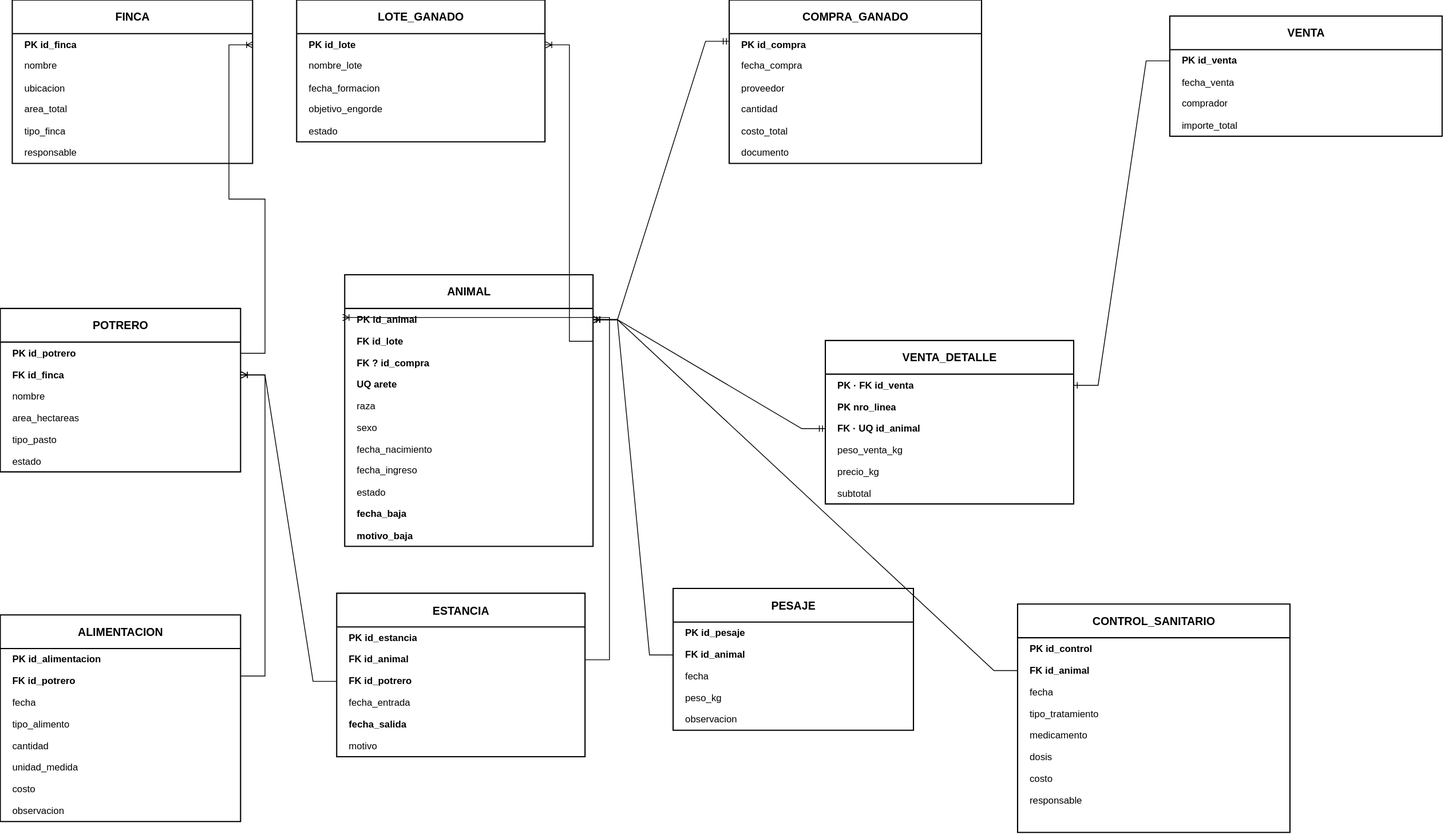
cesarlojan01/BDD keeps this draw.io diagram as Proyecto/modelo_r.svg. Above is the earlier version. Source tidied: cells renumbered, new cells last; positions are measured from the earlier drawing's top-left corner, leaving out a move shared by most shapes.
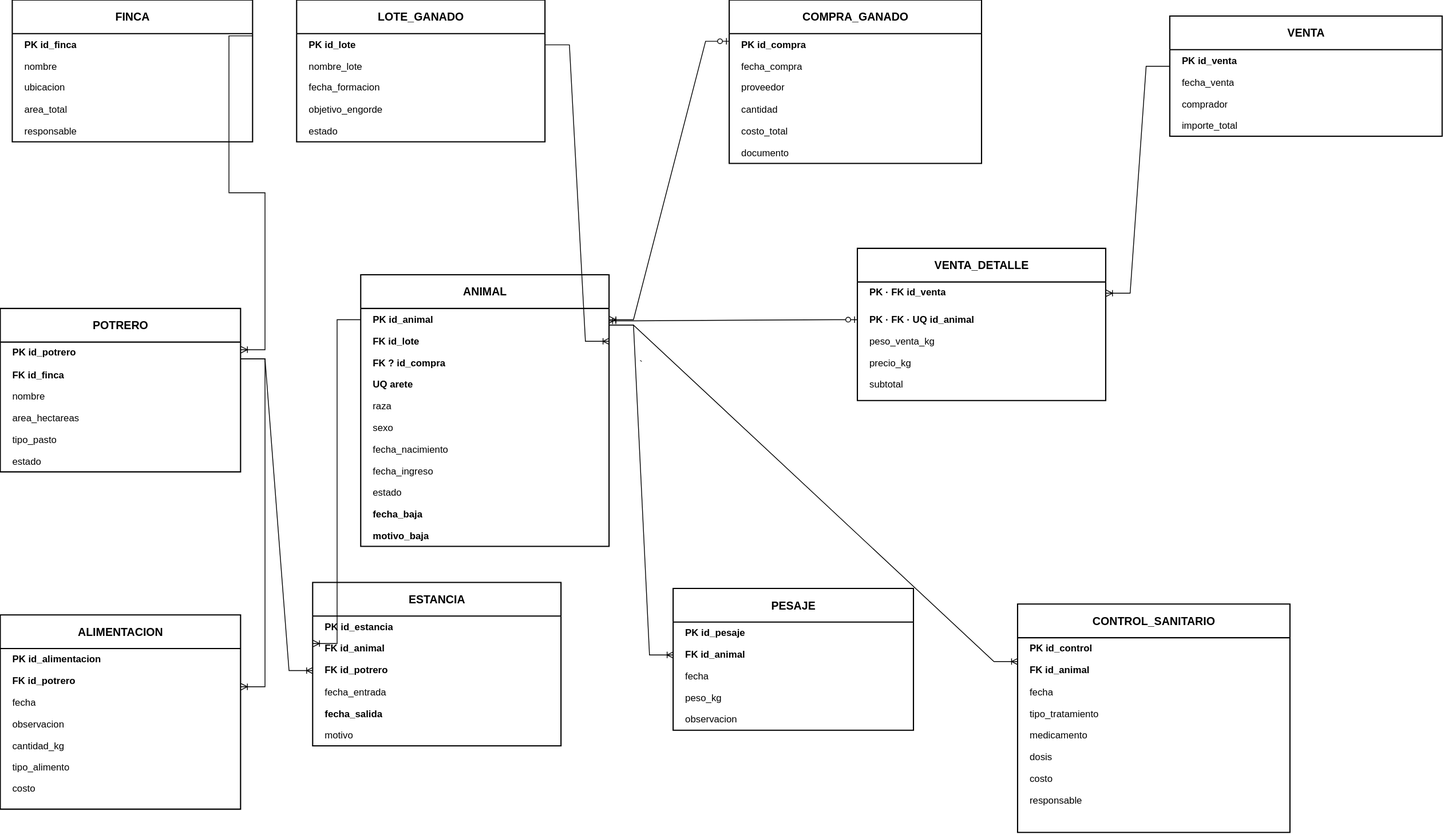
Later version of the same file.

What changed in the source:
```diff
@@ -3,7 +3,7 @@
     <mxCell id="0" />
     <mxCell id="1" parent="0" />
     <mxCell id="2" value="FINCA" style="swimlane;html=1;whiteSpace=wrap;horizontal=1;startSize=42;rounded=0;align=center;verticalAlign=middle;fontFamily=Helvetica;fontStyle=1;fontSize=14;swimlaneFillColor=#FFFFFF;strokeWidth=1.5;shadow=0;textShadow=0;" parent="1" vertex="1">
-      <mxGeometry x="15" width="300" height="204" as="geometry" />
+      <mxGeometry x="15" width="300" height="177" as="geometry" />
     </mxCell>
     <mxCell id="3" value="PK  id_finca" style="text;html=1;whiteSpace=wrap;overflow=hidden;align=left;verticalAlign=middle;spacingLeft=13;fontFamily=Helvetica;fontSize=12;fontStyle=1;strokeWidth=0.5;textShadow=0;" parent="2" vertex="1">
       <mxGeometry y="42" width="300" height="27" as="geometry" />
@@ -17,11 +17,8 @@
     <mxCell id="6" value="         area_total" style="text;html=1;whiteSpace=wrap;overflow=hidden;align=left;verticalAlign=middle;spacingLeft=13;fontFamily=Helvetica;fontSize=12;fontStyle=0;strokeWidth=0.5;textShadow=0;" parent="2" vertex="1">
       <mxGeometry y="123" width="300" height="27" as="geometry" />
     </mxCell>
-    <mxCell id="7" value="         tipo_finca" style="text;html=1;whiteSpace=wrap;overflow=hidden;align=left;verticalAlign=middle;spacingLeft=13;fontFamily=Helvetica;fontSize=12;fontStyle=0;strokeWidth=0.5;textShadow=0;" parent="2" vertex="1">
-      <mxGeometry y="150" width="300" height="27" as="geometry" />
-    </mxCell>
     <mxCell id="8" value="         responsable" style="text;html=1;whiteSpace=wrap;overflow=hidden;align=left;verticalAlign=middle;spacingLeft=13;fontFamily=Helvetica;fontSize=12;fontStyle=0;strokeWidth=0.5;textShadow=0;" parent="2" vertex="1">
-      <mxGeometry y="177" width="300" height="27" as="geometry" />
+      <mxGeometry y="150" width="300" height="27" as="geometry" />
     </mxCell>
     <mxCell id="9" value="POTRERO" style="swimlane;html=1;whiteSpace=wrap;horizontal=1;startSize=42;rounded=0;align=center;verticalAlign=middle;fontFamily=Helvetica;fontStyle=1;fontSize=14;swimlaneFillColor=#FFFFFF;strokeWidth=1.5;shadow=0;textShadow=0;" parent="1" vertex="1">
       <mxGeometry y="385" width="300" height="204" as="geometry" />
@@ -45,7 +42,7 @@
       <mxGeometry y="177" width="300" height="27" as="geometry" />
     </mxCell>
     <mxCell id="16" value="ALIMENTACION" style="swimlane;html=1;whiteSpace=wrap;horizontal=1;startSize=42;rounded=0;align=center;verticalAlign=middle;fontFamily=Helvetica;fontStyle=1;fontSize=14;swimlaneFillColor=#FFFFFF;strokeWidth=1.5;shadow=0;textShadow=0;" parent="1" vertex="1">
-      <mxGeometry y="767.5" width="300" height="258" as="geometry" />
+      <mxGeometry y="767.5" width="300" height="242.5" as="geometry" />
     </mxCell>
     <mxCell id="17" value="PK  id_alimentacion" style="text;html=1;whiteSpace=wrap;overflow=hidden;align=left;verticalAlign=middle;spacingLeft=13;fontFamily=Helvetica;fontSize=12;fontStyle=1;strokeWidth=0.5;textShadow=0;" parent="16" vertex="1">
       <mxGeometry y="42" width="300" height="27" as="geometry" />
@@ -56,21 +53,18 @@
     <mxCell id="19" value="         fecha" style="text;html=1;whiteSpace=wrap;overflow=hidden;align=left;verticalAlign=middle;spacingLeft=13;fontFamily=Helvetica;fontSize=12;fontStyle=0;strokeWidth=0.5;textShadow=0;" parent="16" vertex="1">
       <mxGeometry y="96" width="300" height="27" as="geometry" />
     </mxCell>
+    <mxCell id="21" value="         cantidad_kg" style="text;html=1;whiteSpace=wrap;overflow=hidden;align=left;verticalAlign=middle;spacingLeft=13;fontFamily=Helvetica;fontSize=12;fontStyle=0;strokeWidth=0.5;textShadow=0;" parent="16" vertex="1">
+      <mxGeometry y="150" width="300" height="27" as="geometry" />
+    </mxCell>
+    <mxCell id="24" value="         observacion" style="text;html=1;whiteSpace=wrap;overflow=hidden;align=left;verticalAlign=middle;spacingLeft=13;fontFamily=Helvetica;fontSize=12;fontStyle=0;strokeWidth=0.5;textShadow=0;" parent="16" vertex="1">
+      <mxGeometry y="123" width="300" height="27" as="geometry" />
+    </mxCell>
     <mxCell id="20" value="         tipo_alimento" style="text;html=1;whiteSpace=wrap;overflow=hidden;align=left;verticalAlign=middle;spacingLeft=13;fontFamily=Helvetica;fontSize=12;fontStyle=0;strokeWidth=0.5;textShadow=0;" parent="16" vertex="1">
-      <mxGeometry y="123" width="300" height="27" as="geometry" />
+      <mxGeometry y="177" width="300" height="27" as="geometry" />
     </mxCell>
-    <mxCell id="21" value="         cantidad" style="text;html=1;whiteSpace=wrap;overflow=hidden;align=left;verticalAlign=middle;spacingLeft=13;fontFamily=Helvetica;fontSize=12;fontStyle=0;strokeWidth=0.5;textShadow=0;" parent="16" vertex="1">
-      <mxGeometry y="150" width="300" height="27" as="geometry" />
-    </mxCell>
-    <mxCell id="22" value="         unidad_medida" style="text;html=1;whiteSpace=wrap;overflow=hidden;align=left;verticalAlign=middle;spacingLeft=13;fontFamily=Helvetica;fontSize=12;fontStyle=0;strokeWidth=0.5;textShadow=0;" parent="16" vertex="1">
-      <mxGeometry y="177" width="300" height="27" as="geometry" />
-    </mxCell>
     <mxCell id="23" value="         costo" style="text;html=1;whiteSpace=wrap;overflow=hidden;align=left;verticalAlign=middle;spacingLeft=13;fontFamily=Helvetica;fontSize=12;fontStyle=0;strokeWidth=0.5;textShadow=0;" parent="16" vertex="1">
-      <mxGeometry y="204" width="300" height="27" as="geometry" />
+      <mxGeometry y="202.5" width="300" height="27" as="geometry" />
     </mxCell>
-    <mxCell id="24" value="         observacion" style="text;html=1;whiteSpace=wrap;overflow=hidden;align=left;verticalAlign=middle;spacingLeft=13;fontFamily=Helvetica;fontSize=12;fontStyle=0;strokeWidth=0.5;textShadow=0;" parent="16" vertex="1">
-      <mxGeometry y="231" width="300" height="27" as="geometry" />
-    </mxCell>
     <mxCell id="25" value="LOTE_GANADO" style="swimlane;html=1;whiteSpace=wrap;horizontal=1;startSize=42;rounded=0;align=center;verticalAlign=middle;fontFamily=Helvetica;fontStyle=1;fontSize=14;swimlaneFillColor=#FFFFFF;strokeWidth=1.5;shadow=0;textShadow=0;" parent="1" vertex="1">
       <mxGeometry x="370" width="310" height="177" as="geometry" />
     </mxCell>
@@ -90,7 +84,7 @@
       <mxGeometry y="150" width="310" height="27" as="geometry" />
     </mxCell>
     <mxCell id="31" value="ANIMAL" style="swimlane;html=1;whiteSpace=wrap;horizontal=1;startSize=42;rounded=0;align=center;verticalAlign=middle;fontFamily=Helvetica;fontStyle=1;fontSize=14;swimlaneFillColor=#FFFFFF;strokeWidth=1.5;shadow=0;textShadow=0;" parent="1" vertex="1">
-      <mxGeometry x="430" y="343" width="310" height="339" as="geometry" />
+      <mxGeometry x="450" y="343" width="310" height="339" as="geometry" />
     </mxCell>
     <mxCell id="32" value="PK  id_animal" style="text;html=1;whiteSpace=wrap;overflow=hidden;align=left;verticalAlign=middle;spacingLeft=13;fontFamily=Helvetica;fontSize=12;fontStyle=1;strokeWidth=0.5;textShadow=0;" parent="31" vertex="1">
       <mxGeometry y="42" width="310" height="27" as="geometry" />
@@ -126,7 +120,7 @@
       <mxGeometry y="312" width="310" height="27" as="geometry" />
     </mxCell>
     <mxCell id="43" value="ESTANCIA" style="swimlane;html=1;whiteSpace=wrap;horizontal=1;startSize=42;rounded=0;align=center;verticalAlign=middle;fontFamily=Helvetica;fontStyle=1;fontSize=14;swimlaneFillColor=#FFFFFF;strokeWidth=1.5;shadow=0;textShadow=0;" parent="1" vertex="1">
-      <mxGeometry x="420" y="740.5" width="310" height="204" as="geometry" />
+      <mxGeometry x="390" y="727" width="310" height="204" as="geometry" />
     </mxCell>
     <mxCell id="44" value="PK  id_estancia" style="text;html=1;whiteSpace=wrap;overflow=hidden;align=left;verticalAlign=middle;spacingLeft=13;fontFamily=Helvetica;fontSize=12;fontStyle=1;strokeWidth=0.5;textShadow=0;" parent="43" vertex="1">
       <mxGeometry y="42" width="310" height="27" as="geometry" />
@@ -228,57 +222,57 @@
       <mxGeometry y="123" width="340" height="27" as="geometry" />
     </mxCell>
     <mxCell id="77" value="VENTA_DETALLE" style="swimlane;html=1;whiteSpace=wrap;horizontal=1;startSize=42;rounded=0;align=center;verticalAlign=middle;fontFamily=Helvetica;fontStyle=1;fontSize=14;swimlaneFillColor=#FFFFFF;strokeWidth=1.5;shadow=0;textShadow=0;" parent="1" vertex="1">
-      <mxGeometry x="1030" y="425" width="310" height="204" as="geometry" />
+      <mxGeometry x="1070" y="310" width="310" height="190" as="geometry" />
     </mxCell>
     <mxCell id="78" value="PK · FK  id_venta" style="text;html=1;whiteSpace=wrap;overflow=hidden;align=left;verticalAlign=middle;spacingLeft=13;fontFamily=Helvetica;fontSize=12;fontStyle=1;strokeWidth=0.5;textShadow=0;" parent="77" vertex="1">
       <mxGeometry y="42" width="310" height="27" as="geometry" />
     </mxCell>
-    <mxCell id="79" value="PK  nro_linea" style="text;html=1;whiteSpace=wrap;overflow=hidden;align=left;verticalAlign=middle;spacingLeft=13;fontFamily=Helvetica;fontSize=12;fontStyle=1;strokeWidth=0.5;textShadow=0;" parent="77" vertex="1">
-      <mxGeometry y="69" width="310" height="27" as="geometry" />
-    </mxCell>
-    <mxCell id="80" value="FK · UQ  id_animal" style="text;html=1;whiteSpace=wrap;overflow=hidden;align=left;verticalAlign=middle;spacingLeft=13;fontFamily=Helvetica;fontSize=12;fontStyle=1;strokeWidth=0.5;textShadow=0;" parent="77" vertex="1">
-      <mxGeometry y="96" width="310" height="27" as="geometry" />
+    <mxCell id="80" value="PK ·&amp;nbsp;FK · UQ  id_animal" style="text;html=1;whiteSpace=wrap;overflow=hidden;align=left;verticalAlign=middle;spacingLeft=13;fontFamily=Helvetica;fontSize=12;fontStyle=1;strokeWidth=0.5;textShadow=0;" parent="77" vertex="1">
+      <mxGeometry y="75" width="310" height="27" as="geometry" />
     </mxCell>
     <mxCell id="81" value="         peso_venta_kg" style="text;html=1;whiteSpace=wrap;overflow=hidden;align=left;verticalAlign=middle;spacingLeft=13;fontFamily=Helvetica;fontSize=12;fontStyle=0;strokeWidth=0.5;textShadow=0;" parent="77" vertex="1">
-      <mxGeometry y="123" width="310" height="27" as="geometry" />
+      <mxGeometry y="102" width="310" height="27" as="geometry" />
     </mxCell>
     <mxCell id="82" value="         precio_kg" style="text;html=1;whiteSpace=wrap;overflow=hidden;align=left;verticalAlign=middle;spacingLeft=13;fontFamily=Helvetica;fontSize=12;fontStyle=0;strokeWidth=0.5;textShadow=0;" parent="77" vertex="1">
-      <mxGeometry y="150" width="310" height="27" as="geometry" />
+      <mxGeometry y="129" width="310" height="27" as="geometry" />
     </mxCell>
     <mxCell id="83" value="         subtotal" style="text;html=1;whiteSpace=wrap;overflow=hidden;align=left;verticalAlign=middle;spacingLeft=13;fontFamily=Helvetica;fontSize=12;fontStyle=0;strokeWidth=0.5;textShadow=0;" parent="77" vertex="1">
-      <mxGeometry y="177" width="310" height="27" as="geometry" />
+      <mxGeometry y="156" width="310" height="27" as="geometry" />
     </mxCell>
-    <mxCell id="84" style="edgeStyle=entityRelationEdgeStyle;fontSize=12;html=1;endArrow=ERoneToMany;rounded=0;defaultLabelBackgroundColor=page;exitX=1;exitY=0.5;exitDx=0;exitDy=0;entryX=1;entryY=0.5;entryDx=0;entryDy=0;" parent="1" edge="1" source="33" target="26">
-      <mxGeometry x="-0.02" relative="1" as="geometry" />
-    </mxCell>
-    <mxCell id="85" style="edgeStyle=entityRelationEdgeStyle;fontSize=12;html=1;endArrow=ERoneToMany;rounded=0;defaultLabelBackgroundColor=page;exitX=1;exitY=0.5;exitDx=0;exitDy=0;entryX=1;entryY=0.5;entryDx=0;entryDy=0;" parent="1" edge="1" source="10" target="3">
+    <mxCell id="85" style="edgeStyle=entityRelationEdgeStyle;fontSize=12;html=1;endArrow=ERoneToMany;rounded=0;defaultLabelBackgroundColor=page;exitX=1;exitY=0.25;exitDx=0;exitDy=0;entryX=1;entryY=0.25;entryDx=0;entryDy=0;" parent="1" edge="1" source="2" target="9">
       <mxGeometry relative="1" as="geometry" />
     </mxCell>
-    <mxCell id="86" style="edgeStyle=entityRelationEdgeStyle;fontSize=12;html=1;endArrow=ERoneToMany;rounded=0;defaultLabelBackgroundColor=page;exitX=1;exitY=0.25;exitDx=0;exitDy=0;entryX=1;entryY=0.5;entryDx=0;entryDy=0;" parent="1" edge="1" source="18" target="11">
+    <mxCell id="86" style="edgeStyle=entityRelationEdgeStyle;fontSize=12;html=1;endArrow=ERoneToMany;rounded=0;defaultLabelBackgroundColor=page;exitX=1;exitY=0.75;exitDx=0;exitDy=0;entryX=1;entryY=0.75;entryDx=0;entryDy=0;" parent="1" edge="1" source="10" target="18">
       <mxGeometry x="0.16" relative="1" as="geometry" />
     </mxCell>
-    <mxCell id="87" style="edgeStyle=entityRelationEdgeStyle;fontSize=12;html=1;endArrow=ERoneToMany;rounded=0;defaultLabelBackgroundColor=page;exitX=0;exitY=0.5;exitDx=0;exitDy=0;entryX=1;entryY=0.5;entryDx=0;entryDy=0;" parent="1" edge="1" source="46" target="11">
+    <mxCell id="87" style="edgeStyle=entityRelationEdgeStyle;fontSize=12;html=1;endArrow=ERoneToMany;rounded=0;defaultLabelBackgroundColor=page;exitX=1;exitY=0.75;exitDx=0;exitDy=0;" parent="1" edge="1" source="10" target="46">
       <mxGeometry x="0.16" relative="1" as="geometry" />
     </mxCell>
-    <mxCell id="88" value=" " style="edgeStyle=entityRelationEdgeStyle;fontSize=12;html=1;endArrow=ERoneToMany;rounded=0;defaultLabelBackgroundColor=page;entryX=-0.01;entryY=0.4;entryDx=0;entryDy=0;entryPerimeter=0;" parent="1" edge="1" source="45" target="32">
+    <mxCell id="88" value=" " style="edgeStyle=entityRelationEdgeStyle;fontSize=12;html=1;endArrow=ERoneToMany;rounded=0;defaultLabelBackgroundColor=page;entryX=0;entryY=0.25;entryDx=0;entryDy=0;exitX=0;exitY=0.5;exitDx=0;exitDy=0;" parent="1" edge="1" source="32" target="45">
       <mxGeometry x="-0.08" y="63" relative="1" as="geometry">
         <mxPoint x="-30" y="8" as="offset" />
       </mxGeometry>
     </mxCell>
-    <mxCell id="89" style="edgeStyle=entityRelationEdgeStyle;fontSize=12;html=1;endArrow=ERmandOne;startArrow=ERmandOne;rounded=0;defaultLabelBackgroundColor=page;entryX=0;entryY=0.25;entryDx=0;entryDy=0;exitX=1;exitY=0.5;exitDx=0;exitDy=0;" parent="1" edge="1" source="32" target="50">
-      <mxGeometry relative="1" as="geometry" />
-    </mxCell>
+    <mxCell id="93" value=" " style="edgeStyle=entityRelationEdgeStyle;fontSize=12;html=1;endArrow=ERoneToMany;rounded=0;defaultLabelBackgroundColor=page;entryX=0;entryY=0.25;entryDx=0;entryDy=0;exitX=1;exitY=0.75;exitDx=0;exitDy=0;" parent="1" edge="1" source="32" target="63">
+      <mxGeometry x="0.16" relative="1" as="geometry" />
+    </mxCell>
-    <mxCell id="90" value=" " style="edgeStyle=entityRelationEdgeStyle;fontSize=12;html=1;endArrow=ERoneToMany;rounded=0;defaultLabelBackgroundColor=page;entryX=1;entryY=0.5;entryDx=0;entryDy=0;exitX=0;exitY=0.5;exitDx=0;exitDy=0;" parent="1" edge="1" source="59" target="32">
-      <mxGeometry x="0.16" relative="1" as="geometry" />
+    <mxCell id="90" value=" " style="edgeStyle=entityRelationEdgeStyle;fontSize=12;html=1;endArrow=ERoneToMany;rounded=0;defaultLabelBackgroundColor=page;entryX=0;entryY=0.5;entryDx=0;entryDy=0;exitX=1;exitY=0.75;exitDx=0;exitDy=0;" parent="1" edge="1" source="32" target="59">
+      <mxGeometry x="0.18" relative="1" as="geometry" />
     </mxCell>
+    <mxCell id="92" style="edgeStyle=entityRelationEdgeStyle;fontSize=12;html=1;endArrow=ERoneToMany;rounded=0;defaultLabelBackgroundColor=page;entryX=1;entryY=0.5;entryDx=0;entryDy=0;exitX=0;exitY=0.75;exitDx=0;exitDy=0;" parent="1" edge="1" source="73" target="78">
+      <mxGeometry relative="1" as="geometry" />
+    </mxCell>
+    <mxCell id="94" style="edgeStyle=entityRelationEdgeStyle;fontSize=12;html=1;endArrow=ERoneToMany;rounded=0;defaultLabelBackgroundColor=page;entryX=1;entryY=0.5;entryDx=0;entryDy=0;exitX=1;exitY=0.5;exitDx=0;exitDy=0;" parent="1" edge="1" source="26" target="33">
+      <mxGeometry relative="1" as="geometry" />
+    </mxCell>
+    <mxCell id="95" style="edgeStyle=entityRelationEdgeStyle;fontSize=12;html=1;endArrow=ERoneToMany;startArrow=ERzeroToOne;rounded=0;defaultLabelBackgroundColor=page;exitX=0;exitY=0.25;exitDx=0;exitDy=0;entryX=1;entryY=0.5;entryDx=0;entryDy=0;" parent="1" edge="1" source="50" target="32">
+      <mxGeometry relative="1" as="geometry" />
+    </mxCell>
-    <mxCell id="91" style="edgeStyle=entityRelationEdgeStyle;fontSize=12;html=1;endArrow=ERmandOne;startArrow=ERmandOne;rounded=0;defaultLabelBackgroundColor=page;entryX=0;entryY=0.5;entryDx=0;entryDy=0;exitX=1;exitY=0.5;exitDx=0;exitDy=0;" parent="1" edge="1" source="32" target="80">
+    <mxCell id="91" style="edgeStyle=entityRelationEdgeStyle;fontSize=12;html=1;endArrow=ERzeroToOne;startArrow=ERmandOne;rounded=0;defaultLabelBackgroundColor=page;entryX=0;entryY=0.5;entryDx=0;entryDy=0;exitX=1;exitY=0.556;exitDx=0;exitDy=0;exitPerimeter=0;" parent="1" edge="1" source="32" target="80">
       <mxGeometry relative="1" as="geometry" />
     </mxCell>
-    <mxCell id="92" style="edgeStyle=entityRelationEdgeStyle;fontSize=12;html=1;endArrow=ERone;endFill=1;rounded=0;defaultLabelBackgroundColor=page;entryX=1;entryY=0.5;entryDx=0;entryDy=0;exitX=0;exitY=0.5;exitDx=0;exitDy=0;" parent="1" edge="1" source="73" target="78">
-      <mxGeometry relative="1" as="geometry" />
-    </mxCell>
-    <mxCell id="93" value=" " style="edgeStyle=entityRelationEdgeStyle;fontSize=12;html=1;endArrow=ERoneToMany;rounded=0;defaultLabelBackgroundColor=page;entryX=1;entryY=0.5;entryDx=0;entryDy=0;exitX=0;exitY=0.5;exitDx=0;exitDy=0;" parent="1" edge="1" source="65" target="32">
-      <mxGeometry x="0.16" relative="1" as="geometry" />
-    </mxCell>
+    <mxCell id="96" value="`" style="text;html=1;whiteSpace=wrap;strokeColor=none;fillColor=none;align=center;verticalAlign=middle;rounded=0;" parent="1" vertex="1">
+      <mxGeometry x="770" y="440" width="60" height="30" as="geometry" />
+    </mxCell>
   </root>
 </mxGraphModel>
```
